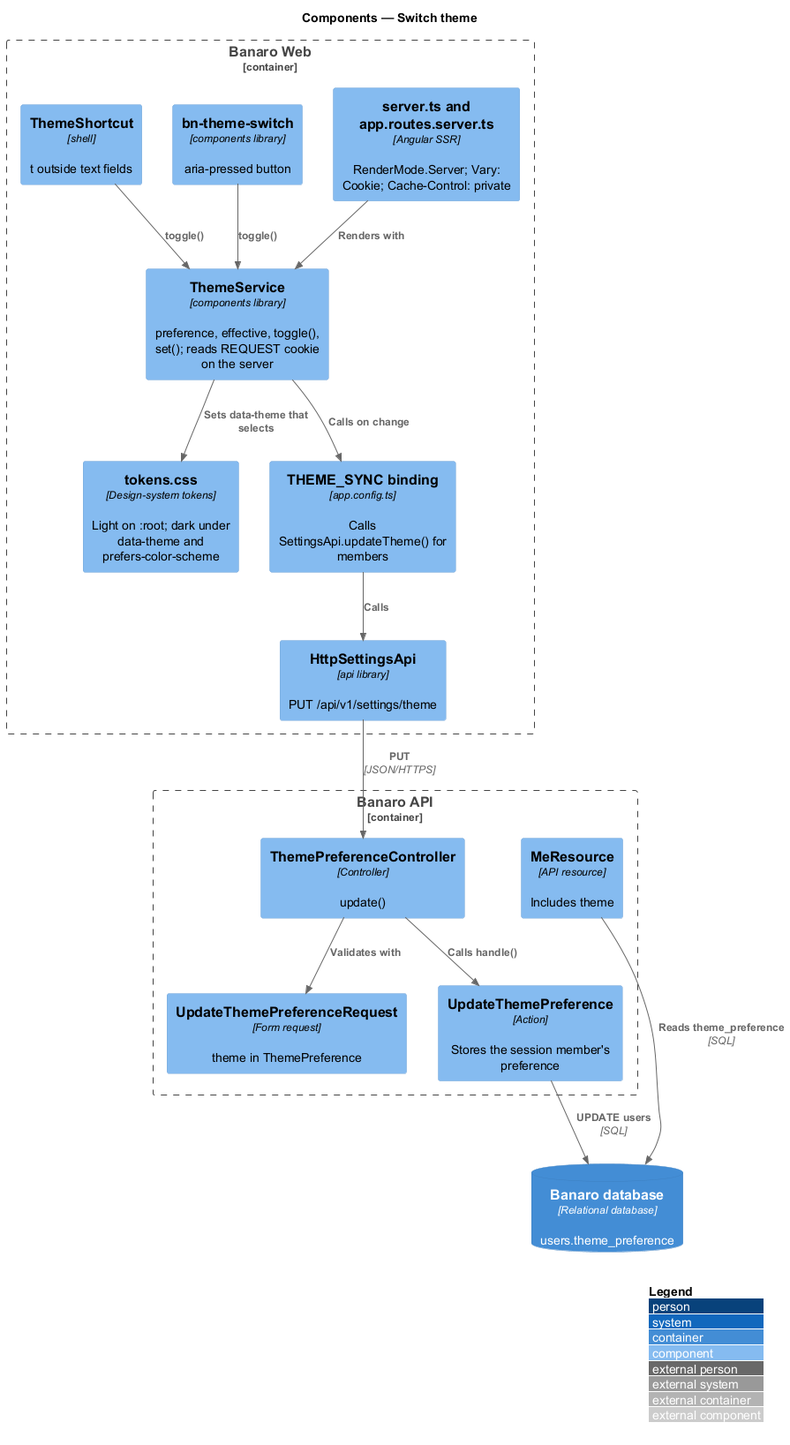
Before: docs/detailed-designs/user-experience/switch-theme/diagrams/c4-component.png, a diagram exported from PlantUML (QuinntyneBrown/banaro). Source of this version:
```plantuml
@startuml
!include <C4/C4_Component>
LAYOUT_WITH_LEGEND()
title Components — Switch theme

ContainerDb(db, "Banaro database", "Relational database", "users.theme_preference")

Container_Boundary(web, "Banaro Web") {
  Component(server, "server.ts and app.routes.server.ts", "Angular SSR", "RenderMode.Server; Vary: Cookie; Cache-Control: private")
  Component(service, "ThemeService", "components library", "preference, effective, toggle(), set(); reads REQUEST cookie on the server")
  Component(switch, "bn-theme-switch", "components library", "aria-pressed button")
  Component(shortcut, "ThemeShortcut", "shell", "t outside text fields")
  Component(tokens, "tokens.css", "Design-system tokens", "Light on :root; dark under data-theme and prefers-color-scheme")
  Component(sync, "THEME_SYNC binding", "app.config.ts", "Calls SettingsApi.updateTheme() for members")
  Component(settingsApi, "HttpSettingsApi", "api library", "PUT /api/v1/settings/theme")
}

Container_Boundary(api, "Banaro API") {
  Component(ctrl, "ThemePreferenceController", "Controller", "update()")
  Component(req, "UpdateThemePreferenceRequest", "Form request", "theme in ThemePreference")
  Component(action, "UpdateThemePreference", "Action", "Stores the session member's preference")
  Component(me, "MeResource", "API resource", "Includes theme")
}

Rel(server, service, "Renders with")
Rel(switch, service, "toggle()")
Rel(shortcut, service, "toggle()")
Rel(service, tokens, "Sets data-theme that selects")
Rel(service, sync, "Calls on change")
Rel(sync, settingsApi, "Calls")
Rel(settingsApi, ctrl, "PUT", "JSON/HTTPS")
Rel(ctrl, req, "Validates with")
Rel(ctrl, action, "Calls handle()")
Rel(action, db, "UPDATE users", "SQL")
Rel(me, db, "Reads theme_preference", "SQL")
@enduml
```
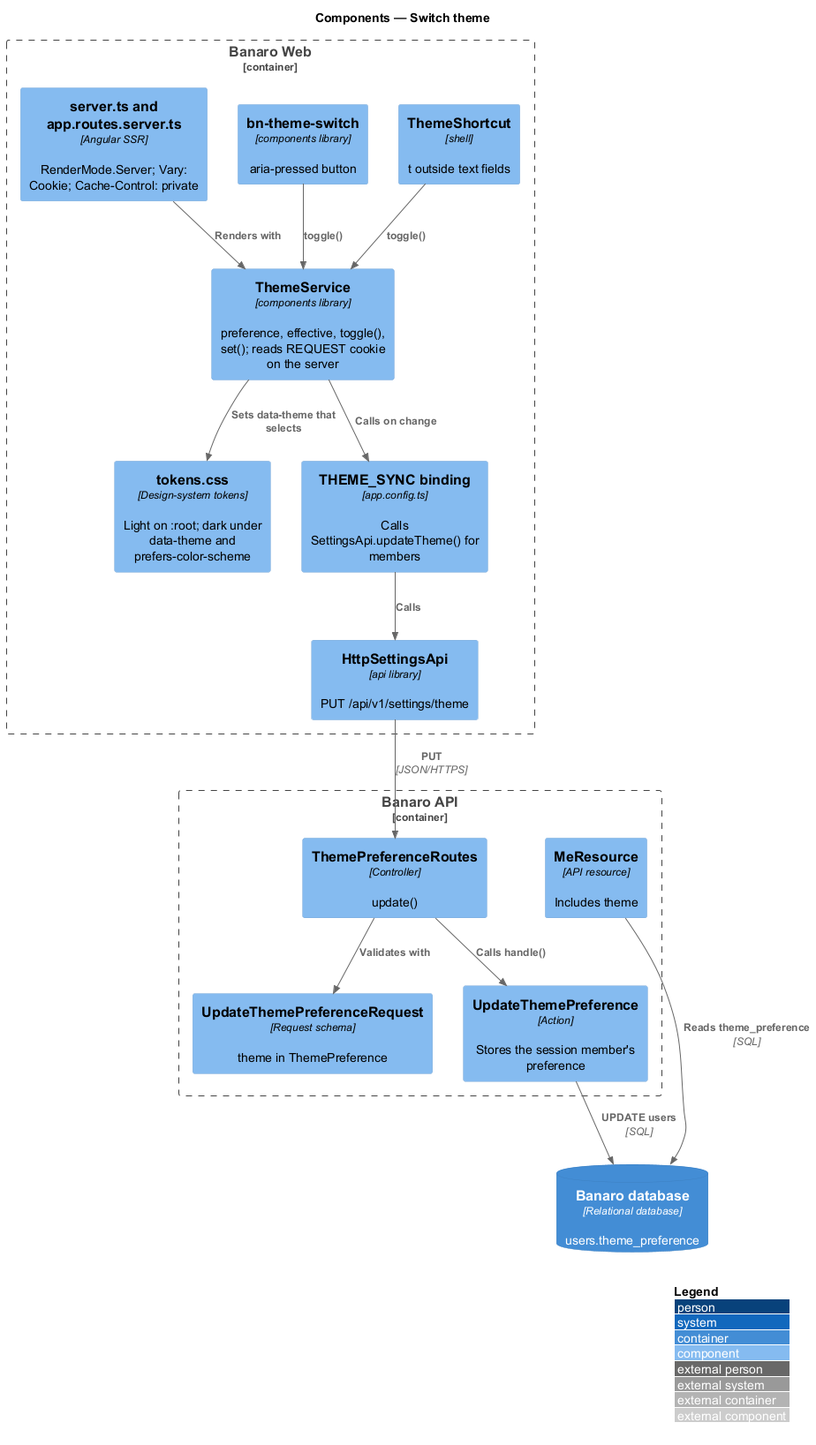
The same diagram one commit later.

Change to the diagram source:
```diff
@@ -16,8 +16,8 @@
 }
 
 Container_Boundary(api, "Banaro API") {
-  Component(ctrl, "ThemePreferenceController", "Controller", "update()")
-  Component(req, "UpdateThemePreferenceRequest", "Form request", "theme in ThemePreference")
+  Component(ctrl, "ThemePreferenceRoutes", "Controller", "update()")
+  Component(req, "UpdateThemePreferenceRequest", "Request schema", "theme in ThemePreference")
   Component(action, "UpdateThemePreference", "Action", "Stores the session member's preference")
   Component(me, "MeResource", "API resource", "Includes theme")
 }
```
